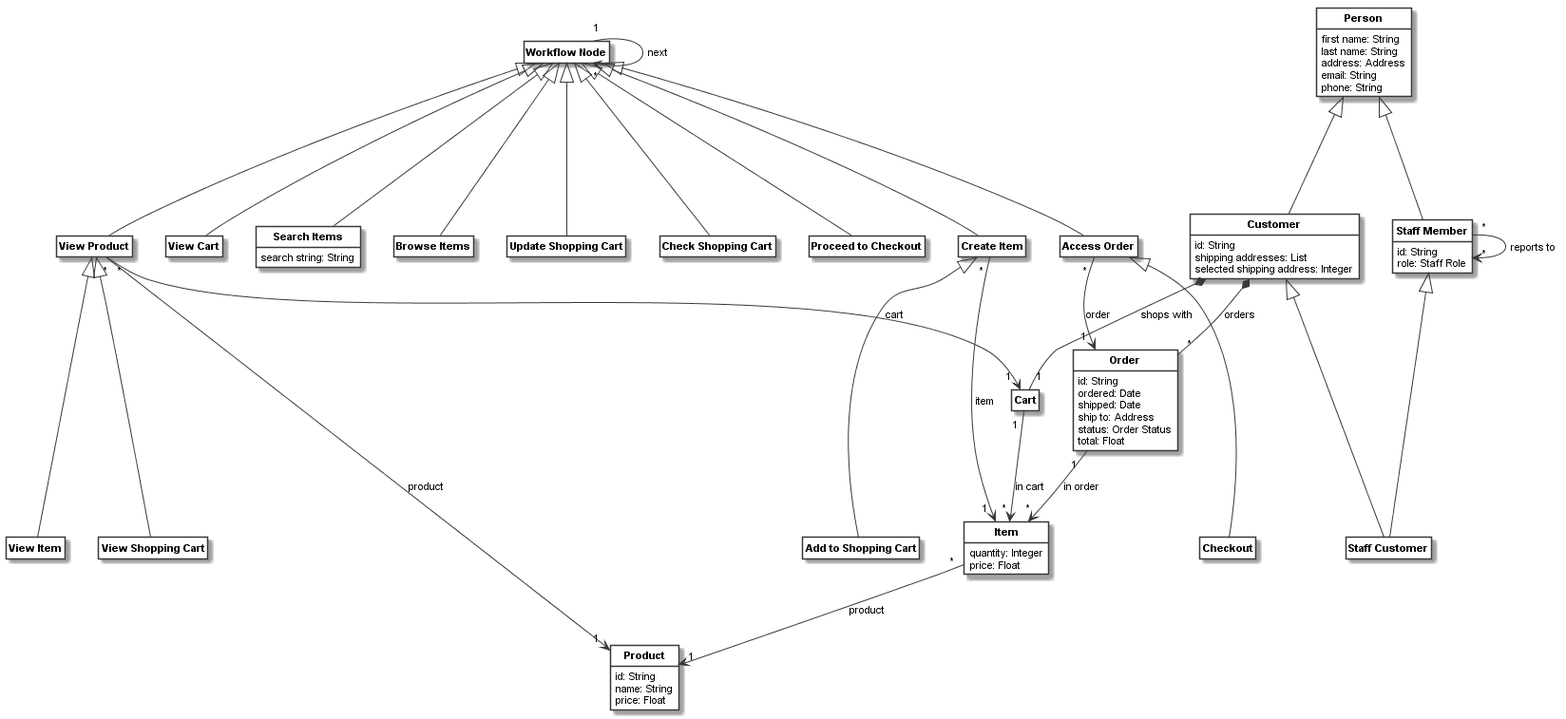
uzdun/CodeableModels keeps this PlantUML diagram as docs/_images/workflow_class_model.png. Above is the earlier version. The source it was exported from:
```plantuml
@startuml
skinparam monochrome true
skinparam ClassBackgroundColor White
hide empty members
hide circle
skinparam defaultFontName Arial
skinparam defaultFontSize 11
skinparam classfontstyle bold
class "Workflow Node" as __1_Workflow_Node
class "View Product" as __2_View_Product
class "View Item" as __3_View_Item
class "View Shopping Cart" as __4_View_Shopping_Cart
class "Product" as __5_Product{
id: String
name: String
price: Float
}

class "Item" as __6_Item{
quantity: Integer
price: Float
}

class "Cart" as __7_Cart
class "Customer" as __8_Customer{
id: String
shipping addresses: List
selected shipping address: Integer
}

class "Person" as __9_Person{
first name: String
last name: String
address: Address
email: String
phone: String
}

class "Staff Member" as __10_Staff_Member{
id: String
role: Staff Role
}

class "Staff Customer" as __11_Staff_Customer
class "Order" as __12_Order{
id: String
ordered: Date
shipped: Date
ship to: Address
status: Order Status
total: Float
}

class "Access Order" as __13_Access_Order
class "Checkout" as __14_Checkout
class "Create Item" as __15_Create_Item
class "Add to Shopping Cart" as __16_Add_to_Shopping_Cart
class "View Cart" as __17_View_Cart
class "Search Items" as __18_Search_Items{
search string: String
}

class "Browse Items" as __19_Browse_Items
class "Update Shopping Cart" as __20_Update_Shopping_Cart
class "Check Shopping Cart" as __21_Check_Shopping_Cart
class "Proceed to Checkout" as __22_Proceed_to_Checkout
__1_Workflow_Node <|--- __2_View_Product
__1_Workflow_Node <|--- __17_View_Cart
__1_Workflow_Node <|--- __13_Access_Order
__1_Workflow_Node <|--- __15_Create_Item
__1_Workflow_Node <|--- __18_Search_Items
__1_Workflow_Node <|--- __19_Browse_Items
__1_Workflow_Node <|--- __20_Update_Shopping_Cart
__1_Workflow_Node <|--- __21_Check_Shopping_Cart
__1_Workflow_Node <|--- __22_Proceed_to_Checkout
__2_View_Product <|--- __3_View_Item
__2_View_Product <|--- __4_View_Shopping_Cart
__8_Customer <|--- __11_Staff_Customer
__9_Person <|--- __8_Customer
__9_Person <|--- __10_Staff_Member
__10_Staff_Member <|--- __11_Staff_Customer
__13_Access_Order <|--- __14_Checkout
__15_Create_Item <|--- __16_Add_to_Shopping_Cart
__1_Workflow_Node " 1 "  -->  " * " __1_Workflow_Node: "next"
__2_View_Product " * "  -->  " 1 " __5_Product: "product"
__2_View_Product " * "  -->  " 1 " __7_Cart: "cart"
__6_Item " * "  -->  " 1 " __5_Product: "product"
__7_Cart " 1 "  -->  " * " __6_Item: "in cart"
__8_Customer *--  " 1 " __7_Cart: "shops with"
__8_Customer *--  " * " __12_Order: "orders"
__10_Staff_Member " * "  -->  " * " __10_Staff_Member: "reports to"
__12_Order " 1 "  -->  " * " __6_Item: "in order"
__13_Access_Order " * "  -->  " 1 " __12_Order: "order"
__15_Create_Item " * "  -->  " 1 " __6_Item: "item"
@enduml
```
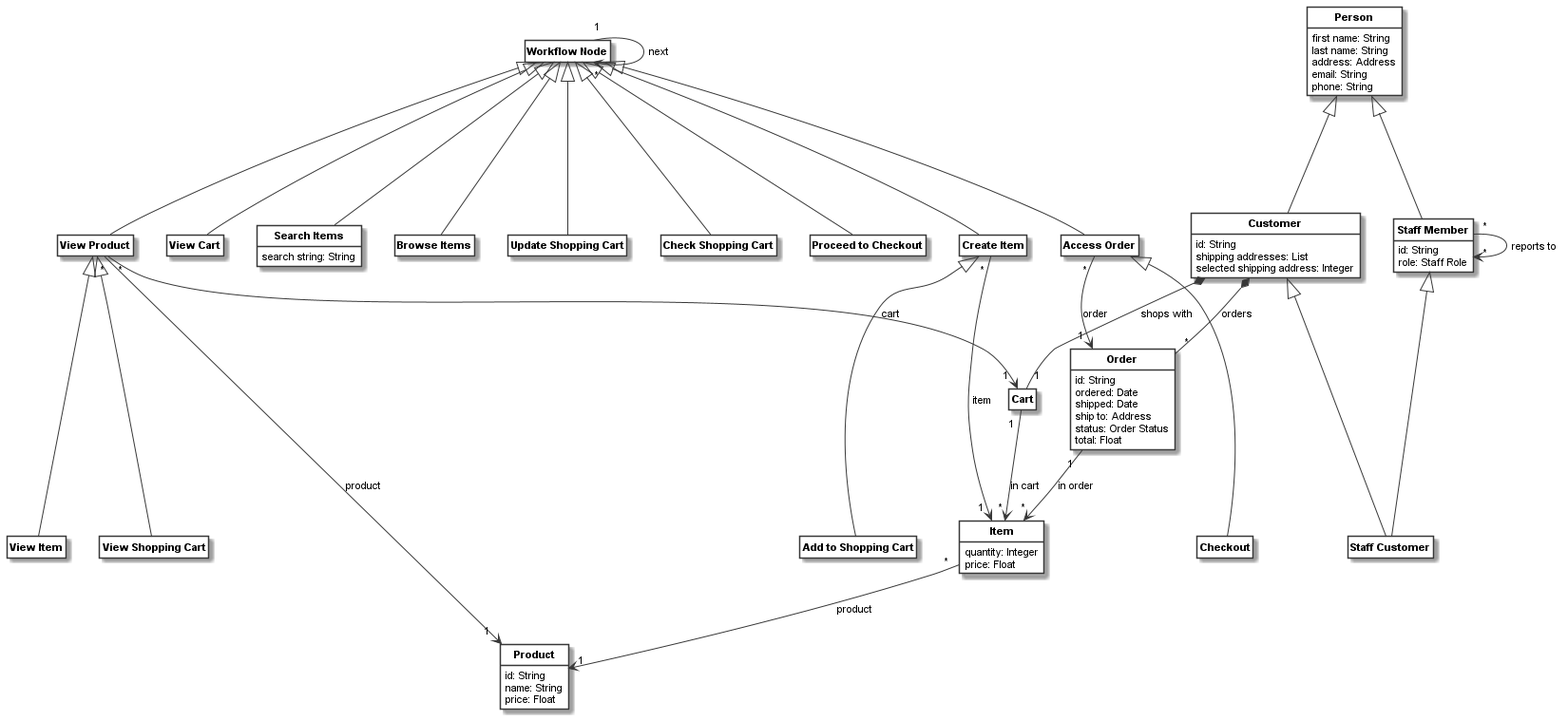
The same diagram one commit later.

Change to the diagram source:
```diff
@@ -5,30 +5,29 @@
 hide circle
 skinparam defaultFontName Arial
 skinparam defaultFontSize 11
-skinparam classfontstyle bold
-class "Workflow Node" as __1_Workflow_Node
-class "View Product" as __2_View_Product
-class "View Item" as __3_View_Item
-class "View Shopping Cart" as __4_View_Shopping_Cart
-class "Product" as __5_Product{
+class "<b>Workflow Node</b>" as __1_Workflow_Node
+class "<b>View Product</b>" as __2_View_Product
+class "<b>View Item</b>" as __3_View_Item
+class "<b>View Shopping Cart</b>" as __4_View_Shopping_Cart
+class "<b>Product</b>" as __5_Product{
 id: String
 name: String
 price: Float
 }
 
-class "Item" as __6_Item{
+class "<b>Item</b>" as __6_Item{
 quantity: Integer
 price: Float
 }
 
-class "Cart" as __7_Cart
-class "Customer" as __8_Customer{
+class "<b>Cart</b>" as __7_Cart
+class "<b>Customer</b>" as __8_Customer{
 id: String
 shipping addresses: List
 selected shipping address: Integer
 }
 
-class "Person" as __9_Person{
+class "<b>Person</b>" as __9_Person{
 first name: String
 last name: String
 address: Address
@@ -36,13 +35,13 @@
 phone: String
 }
 
-class "Staff Member" as __10_Staff_Member{
+class "<b>Staff Member</b>" as __10_Staff_Member{
 id: String
 role: Staff Role
 }
 
-class "Staff Customer" as __11_Staff_Customer
-class "Order" as __12_Order{
+class "<b>Staff Customer</b>" as __11_Staff_Customer
+class "<b>Order</b>" as __12_Order{
 id: String
 ordered: Date
 shipped: Date
@@ -51,19 +50,19 @@
 total: Float
 }
 
-class "Access Order" as __13_Access_Order
-class "Checkout" as __14_Checkout
-class "Create Item" as __15_Create_Item
-class "Add to Shopping Cart" as __16_Add_to_Shopping_Cart
-class "View Cart" as __17_View_Cart
-class "Search Items" as __18_Search_Items{
+class "<b>Access Order</b>" as __13_Access_Order
+class "<b>Checkout</b>" as __14_Checkout
+class "<b>Create Item</b>" as __15_Create_Item
+class "<b>Add to Shopping Cart</b>" as __16_Add_to_Shopping_Cart
+class "<b>View Cart</b>" as __17_View_Cart
+class "<b>Search Items</b>" as __18_Search_Items{
 search string: String
 }
 
-class "Browse Items" as __19_Browse_Items
-class "Update Shopping Cart" as __20_Update_Shopping_Cart
-class "Check Shopping Cart" as __21_Check_Shopping_Cart
-class "Proceed to Checkout" as __22_Proceed_to_Checkout
+class "<b>Browse Items</b>" as __19_Browse_Items
+class "<b>Update Shopping Cart</b>" as __20_Update_Shopping_Cart
+class "<b>Check Shopping Cart</b>" as __21_Check_Shopping_Cart
+class "<b>Proceed to Checkout</b>" as __22_Proceed_to_Checkout
 __1_Workflow_Node <|--- __2_View_Product
 __1_Workflow_Node <|--- __17_View_Cart
 __1_Workflow_Node <|--- __13_Access_Order
```
